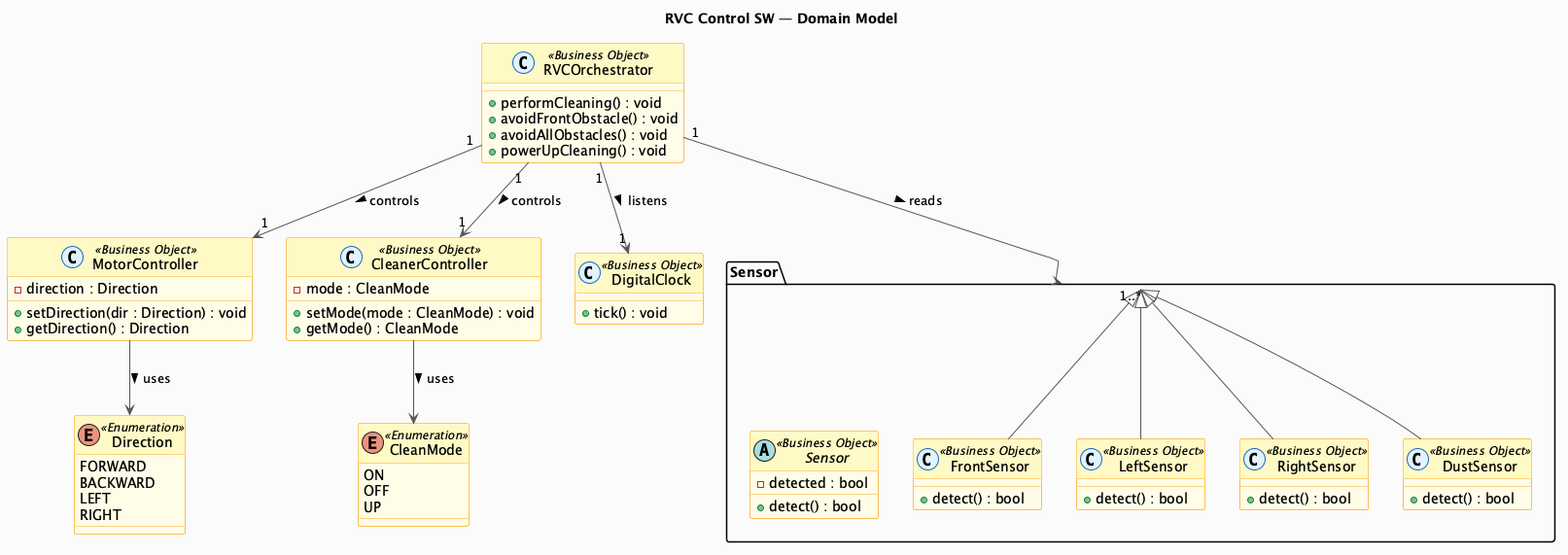
Before: docs/vibe-coding/02-ooa/images/DomainModel.png, a diagram exported from PlantUML (OOP-konkuk/CICD-Team7). Its diagram source:
```plantuml
@startuml DomainModel
skinparam backgroundColor #FAFAFA
skinparam classBackgroundColor #FFFDE7
skinparam classBorderColor #F9A825
skinparam classArrowColor #555555
skinparam classHeaderBackgroundColor #FFF9C4
skinparam stereotypeCBackgroundColor #E3F2FD
skinparam stereotypeCBorderColor #1565C0

title RVC Control SW — Domain Model

package "Sensor" {
  abstract class Sensor <<Business Object>> {
    - detected : bool
    + detect() : bool
  }

  class FrontSensor <<Business Object>> {
    + detect() : bool
  }

  class LeftSensor <<Business Object>> {
    + detect() : bool
  }

  class RightSensor <<Business Object>> {
    + detect() : bool
  }

  class DustSensor <<Business Object>> {
    + detect() : bool
  }
}

class RVCOrchestrator <<Business Object>> {
  + performCleaning() : void
  + avoidFrontObstacle() : void
  + avoidAllObstacles() : void
  + powerUpCleaning() : void
}

class MotorController <<Business Object>> {
  - direction : Direction
  + setDirection(dir : Direction) : void
  + getDirection() : Direction
}

class CleanerController <<Business Object>> {
  - mode : CleanMode
  + setMode(mode : CleanMode) : void
  + getMode() : CleanMode
}

class DigitalClock <<Business Object>> {
  + tick() : void
}

enum Direction <<Enumeration>> {
  FORWARD
  BACKWARD
  LEFT
  RIGHT
}

enum CleanMode <<Enumeration>> {
  ON
  OFF
  UP
}

Sensor <|-- FrontSensor
Sensor <|-- LeftSensor
Sensor <|-- RightSensor
Sensor <|-- DustSensor

RVCOrchestrator "1" --> "1" MotorController : controls >
RVCOrchestrator "1" --> "1" CleanerController : controls >
RVCOrchestrator "1" --> "1..*" Sensor : reads >
RVCOrchestrator "1" --> "1" DigitalClock : listens >

MotorController --> Direction : uses >
CleanerController --> CleanMode : uses >
@enduml
```
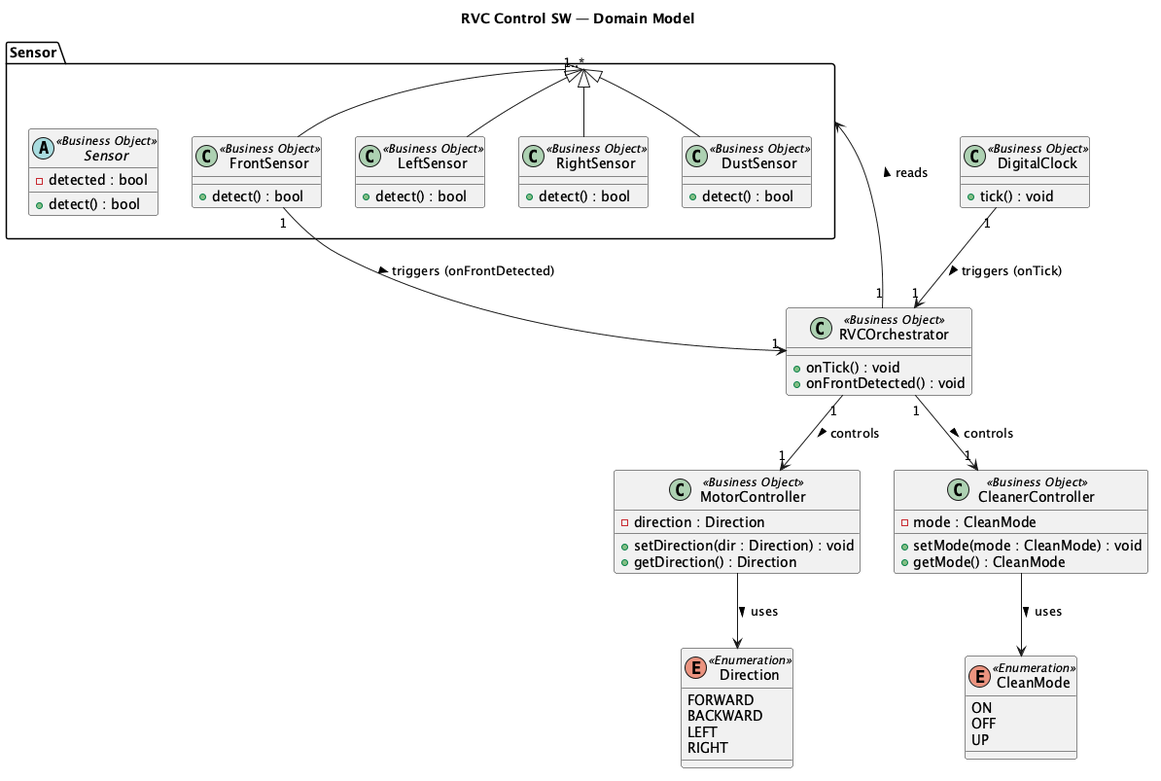
Later version of the same file.

Commit message:
fix(ood/ooi): Add DigitalClock impl, fix Domain Model/Class Diagram, update SD-4 alt/loop

Change to the diagram source:
```diff
@@ -1,12 +1,4 @@
 @startuml DomainModel
-skinparam backgroundColor #FAFAFA
-skinparam classBackgroundColor #FFFDE7
-skinparam classBorderColor #F9A825
-skinparam classArrowColor #555555
-skinparam classHeaderBackgroundColor #FFF9C4
-skinparam stereotypeCBackgroundColor #E3F2FD
-skinparam stereotypeCBorderColor #1565C0
-
 title RVC Control SW — Domain Model
 
 package "Sensor" {
@@ -33,10 +25,8 @@
 }
 
 class RVCOrchestrator <<Business Object>> {
-  + performCleaning() : void
-  + avoidFrontObstacle() : void
-  + avoidAllObstacles() : void
-  + powerUpCleaning() : void
+  + onTick() : void
+  + onFrontDetected() : void
 }
 
 class MotorController <<Business Object>> {
@@ -73,11 +63,12 @@
 Sensor <|-- RightSensor
 Sensor <|-- DustSensor
 
-RVCOrchestrator "1" --> "1" MotorController : controls >
+DigitalClock "1" --> "1" RVCOrchestrator    : triggers (onTick) >
+FrontSensor  "1" --> "1" RVCOrchestrator    : triggers (onFrontDetected) >
+RVCOrchestrator "1" --> "1" MotorController  : controls >
 RVCOrchestrator "1" --> "1" CleanerController : controls >
-RVCOrchestrator "1" --> "1..*" Sensor : reads >
-RVCOrchestrator "1" --> "1" DigitalClock : listens >
+RVCOrchestrator "1" --> "1..*" Sensor         : reads >
 
-MotorController --> Direction : uses >
+MotorController  --> Direction  : uses >
 CleanerController --> CleanMode : uses >
 @enduml
```
